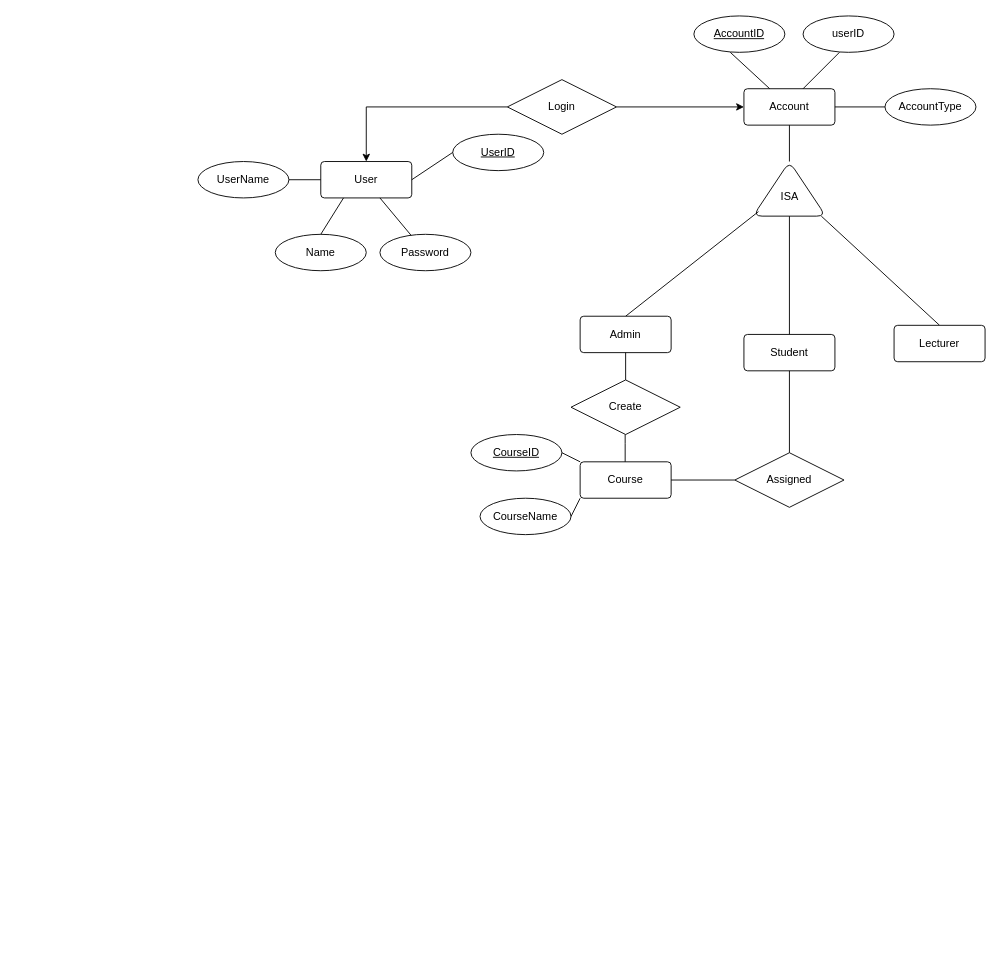
kkbrown123/CSV_converter keeps this draw.io diagram as Untitled Diagram.drawio. Above is the earlier version. Source tidied: cells renumbered, new cells numbered last; positions are measured from the earlier drawing's top-left corner, leaving out a move shared by most shapes. Both pictures are drawn from the tidied source at 91%, with x=0, y=0 at pixel (197, 15).
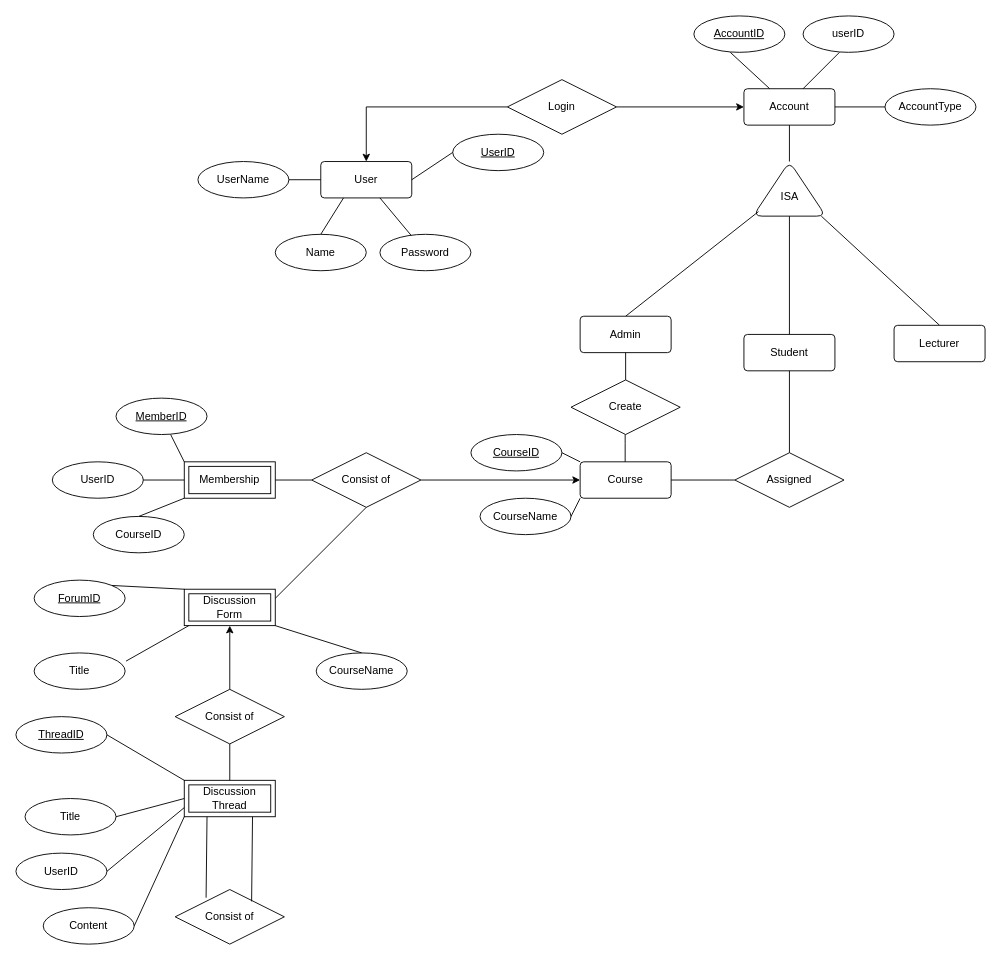
After the change.

Commit message:
added some weak entity

The change refers to these unchanged cells:
```xml
<mxCell id="30" value="Course" style="rounded=1;arcSize=10;whiteSpace=wrap;html=1;align=center;" parent="1" vertex="1">
  <mxGeometry x="420" y="490" width="100" height="40" as="geometry" />
</mxCell>
```

Diff of the diagram source:
```diff
@@
+    <mxCell id="41" value="Membership" style="shape=ext;margin=3;double=1;whiteSpace=wrap;html=1;align=center;" parent="1" vertex="1">
+      <mxGeometry x="-15" y="490" width="100" height="40" as="geometry" />
+    </mxCell>
+    <mxCell id="42" style="edgeStyle=orthogonalEdgeStyle;rounded=0;jettySize=auto;html=1;exitX=1;exitY=0.5;exitDx=0;exitDy=0;entryX=0;entryY=0.5;entryDx=0;entryDy=0;" parent="1" edge="1" source="43" target="30">
+      <mxGeometry relative="1" as="geometry" />
+    </mxCell>
+    <mxCell id="43" value="Consist of&lt;br&gt;" style="shape=rhombus;perimeter=rhombusPerimeter;whiteSpace=wrap;html=1;align=center;" parent="1" vertex="1">
+      <mxGeometry x="125" y="480" width="120" height="60" as="geometry" />
+    </mxCell>
+    <mxCell id="44" value="CourseID" style="ellipse;whiteSpace=wrap;html=1;align=center;" parent="1" vertex="1">
+      <mxGeometry x="-115" y="550" width="100" height="40" as="geometry" />
+    </mxCell>
+    <mxCell id="45" value="UserID" style="ellipse;whiteSpace=wrap;html=1;align=center;" parent="1" vertex="1">
+      <mxGeometry x="-160" y="490" width="100" height="40" as="geometry" />
+    </mxCell>
+    <mxCell id="46" value="MemberID" style="ellipse;whiteSpace=wrap;html=1;align=center;fontStyle=4;" parent="1" vertex="1">
+      <mxGeometry x="-90" y="420" width="100" height="40" as="geometry" />
+    </mxCell>
+    <mxCell id="47" style="endArrow=none;html=1;rounded=0;exitX=0;exitY=0;exitDx=0;exitDy=0;" parent="1" edge="1" source="41">
+      <mxGeometry relative="1" as="geometry">
+        <mxPoint x="-30" y="460" as="targetPoint" />
+      </mxGeometry>
+    </mxCell>
+    <mxCell id="48" style="endArrow=none;html=1;rounded=0;exitX=1;exitY=0.5;exitDx=0;exitDy=0;entryX=0;entryY=0.5;entryDx=0;entryDy=0;" parent="1" edge="1" source="45" target="41">
+      <mxGeometry relative="1" as="geometry" />
+    </mxCell>
+    <mxCell id="49" style="endArrow=none;html=1;rounded=0;exitX=0.5;exitY=0;exitDx=0;exitDy=0;entryX=0;entryY=1;entryDx=0;entryDy=0;" parent="1" edge="1" source="44" target="41">
+      <mxGeometry relative="1" as="geometry" />
+    </mxCell>
+    <mxCell id="50" style="endArrow=none;html=1;rounded=0;entryX=0;entryY=0.5;entryDx=0;entryDy=0;exitX=1;exitY=0.5;exitDx=0;exitDy=0;" parent="1" edge="1" source="41" target="43">
+      <mxGeometry relative="1" as="geometry" />
+    </mxCell>
+    <mxCell id="51" value="Discussion&lt;br&gt;Form" style="shape=ext;margin=3;double=1;whiteSpace=wrap;html=1;align=center;" parent="1" vertex="1">
+      <mxGeometry x="-15" y="630" width="100" height="40" as="geometry" />
+    </mxCell>
+    <mxCell id="52" value="ForumID&lt;br&gt;" style="ellipse;whiteSpace=wrap;html=1;align=center;fontStyle=4;" parent="1" vertex="1">
+      <mxGeometry x="-180" y="620" width="100" height="40" as="geometry" />
+    </mxCell>
+    <mxCell id="53" style="endArrow=none;html=1;rounded=0;entryX=0;entryY=0;entryDx=0;entryDy=0;exitX=1;exitY=0;exitDx=0;exitDy=0;" parent="1" edge="1" source="52" target="51">
+      <mxGeometry relative="1" as="geometry" />
+    </mxCell>
+    <mxCell id="54" value="Title" style="ellipse;whiteSpace=wrap;html=1;align=center;" parent="1" vertex="1">
+      <mxGeometry x="-180" y="700" width="100" height="40" as="geometry" />
+    </mxCell>
+    <mxCell id="55" style="endArrow=none;html=1;rounded=0;exitX=1.01;exitY=0.225;exitDx=0;exitDy=0;exitPerimeter=0;" parent="1" edge="1" source="54">
+      <mxGeometry relative="1" as="geometry">
+        <mxPoint x="-10" y="670" as="targetPoint" />
+      </mxGeometry>
+    </mxCell>
+    <mxCell id="56" style="endArrow=none;html=1;rounded=0;exitX=1;exitY=0.25;exitDx=0;exitDy=0;entryX=0.5;entryY=1;entryDx=0;entryDy=0;" parent="1" edge="1" source="51" target="43">
+      <mxGeometry relative="1" as="geometry" />
+    </mxCell>
+    <mxCell id="57" value="CourseName&lt;br&gt;" style="ellipse;whiteSpace=wrap;html=1;align=center;" parent="1" vertex="1">
+      <mxGeometry x="130" y="700" width="100" height="40" as="geometry" />
+    </mxCell>
+    <mxCell id="58" style="endArrow=none;html=1;rounded=0;entryX=1;entryY=1;entryDx=0;entryDy=0;exitX=0.5;exitY=0;exitDx=0;exitDy=0;" parent="1" edge="1" source="57" target="51">
+      <mxGeometry relative="1" as="geometry" />
+    </mxCell>
+    <mxCell id="59" value="Discussion Thread" style="shape=ext;margin=3;double=1;whiteSpace=wrap;html=1;align=center;" parent="1" vertex="1">
+      <mxGeometry x="-15" y="840" width="100" height="40" as="geometry" />
+    </mxCell>
+    <mxCell id="60" style="edgeStyle=orthogonalEdgeStyle;rounded=0;jettySize=auto;html=1;" parent="1" edge="1" source="61" target="51">
+      <mxGeometry relative="1" as="geometry" />
+    </mxCell>
+    <mxCell id="61" value="Consist of" style="shape=rhombus;perimeter=rhombusPerimeter;whiteSpace=wrap;html=1;align=center;" parent="1" vertex="1">
+      <mxGeometry x="-25" y="740" width="120" height="60" as="geometry" />
+    </mxCell>
+    <mxCell id="62" style="endArrow=none;html=1;rounded=0;exitX=0.5;exitY=0;exitDx=0;exitDy=0;entryX=0.5;entryY=1;entryDx=0;entryDy=0;" parent="1" edge="1" source="59" target="61">
+      <mxGeometry relative="1" as="geometry" />
+    </mxCell>
+    <mxCell id="63" value="ThreadID" style="ellipse;whiteSpace=wrap;html=1;align=center;fontStyle=4;" parent="1" vertex="1">
+      <mxGeometry x="-200" y="770" width="100" height="40" as="geometry" />
+    </mxCell>
+    <mxCell id="64" value="Title&lt;br&gt;" style="ellipse;whiteSpace=wrap;html=1;align=center;" parent="1" vertex="1">
+      <mxGeometry x="-190" y="860" width="100" height="40" as="geometry" />
+    </mxCell>
+    <mxCell id="65" value="Content&lt;br&gt;" style="ellipse;whiteSpace=wrap;html=1;align=center;" parent="1" vertex="1">
+      <mxGeometry x="-170" y="980" width="100" height="40" as="geometry" />
+    </mxCell>
+    <mxCell id="66" style="endArrow=none;html=1;rounded=0;exitX=1;exitY=0.5;exitDx=0;exitDy=0;entryX=0;entryY=1;entryDx=0;entryDy=0;" parent="1" edge="1" source="65" target="59">
+      <mxGeometry relative="1" as="geometry" />
+    </mxCell>
+    <mxCell id="67" style="endArrow=none;html=1;rounded=0;exitX=1;exitY=0.5;exitDx=0;exitDy=0;entryX=0;entryY=0.5;entryDx=0;entryDy=0;" parent="1" edge="1" source="64" target="59">
+      <mxGeometry relative="1" as="geometry" />
+    </mxCell>
+    <mxCell id="68" style="endArrow=none;html=1;rounded=0;entryX=0;entryY=0;entryDx=0;entryDy=0;exitX=1;exitY=0.5;exitDx=0;exitDy=0;" parent="1" edge="1" source="63" target="59">
+      <mxGeometry relative="1" as="geometry" />
+    </mxCell>
+    <mxCell id="69" value="UserID" style="ellipse;whiteSpace=wrap;html=1;align=center;" parent="1" vertex="1">
+      <mxGeometry x="-200" y="920" width="100" height="40" as="geometry" />
+    </mxCell>
+    <mxCell id="70" style="endArrow=none;html=1;rounded=0;exitX=1;exitY=0.5;exitDx=0;exitDy=0;entryX=0;entryY=0.75;entryDx=0;entryDy=0;" parent="1" edge="1" source="69" target="59">
+      <mxGeometry relative="1" as="geometry" />
+    </mxCell>
+    <mxCell id="71" value="Consist of" style="shape=rhombus;perimeter=rhombusPerimeter;whiteSpace=wrap;html=1;align=center;" parent="1" vertex="1">
+      <mxGeometry x="-25" y="960" width="120" height="60" as="geometry" />
+    </mxCell>
+    <mxCell id="72" style="endArrow=none;html=1;rounded=0;entryX=0.25;entryY=1;entryDx=0;entryDy=0;exitX=0.283;exitY=0.15;exitDx=0;exitDy=0;exitPerimeter=0;" parent="1" edge="1" source="71" target="59">
+      <mxGeometry relative="1" as="geometry" />
+    </mxCell>
+    <mxCell id="73" style="endArrow=none;html=1;rounded=0;entryX=0.75;entryY=1;entryDx=0;entryDy=0;exitX=0.7;exitY=0.217;exitDx=0;exitDy=0;exitPerimeter=0;" parent="1" edge="1" source="71" target="59">
+      <mxGeometry relative="1" as="geometry" />
+    </mxCell>
```
